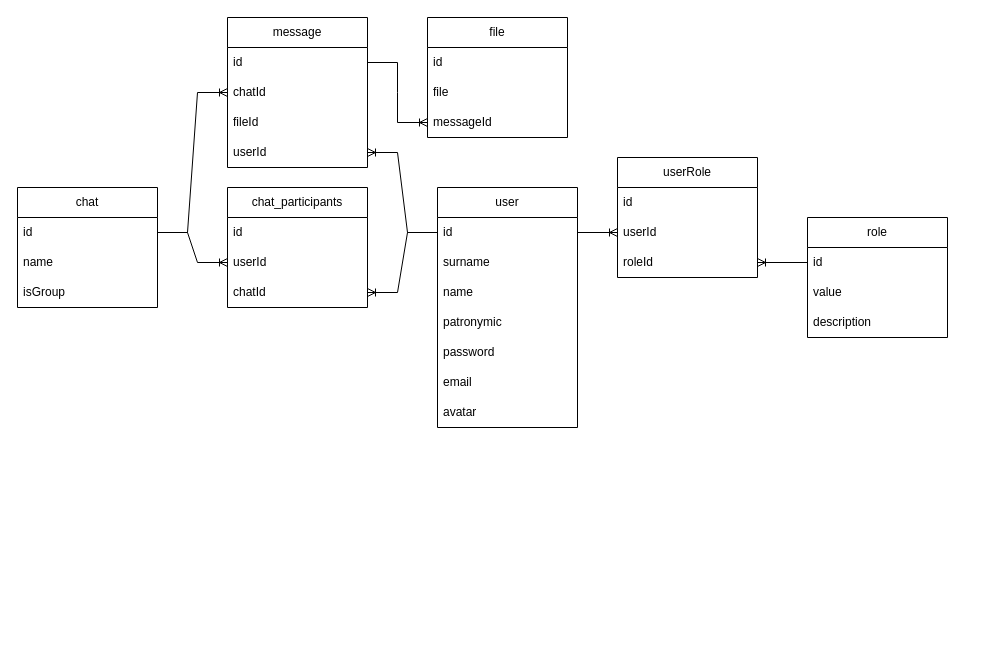
The draw.io diagram social-club.drawio in Kiper02/social-club__nest--angular-swagger, before the edit. Source tidied: cells renumbered, new cells numbered last; positions are measured from the earlier drawing's top-left corner, leaving out a move shared by most shapes. Both pictures are drawn from the tidied source at 100%, with x=0, y=0 at pixel (17, 17).
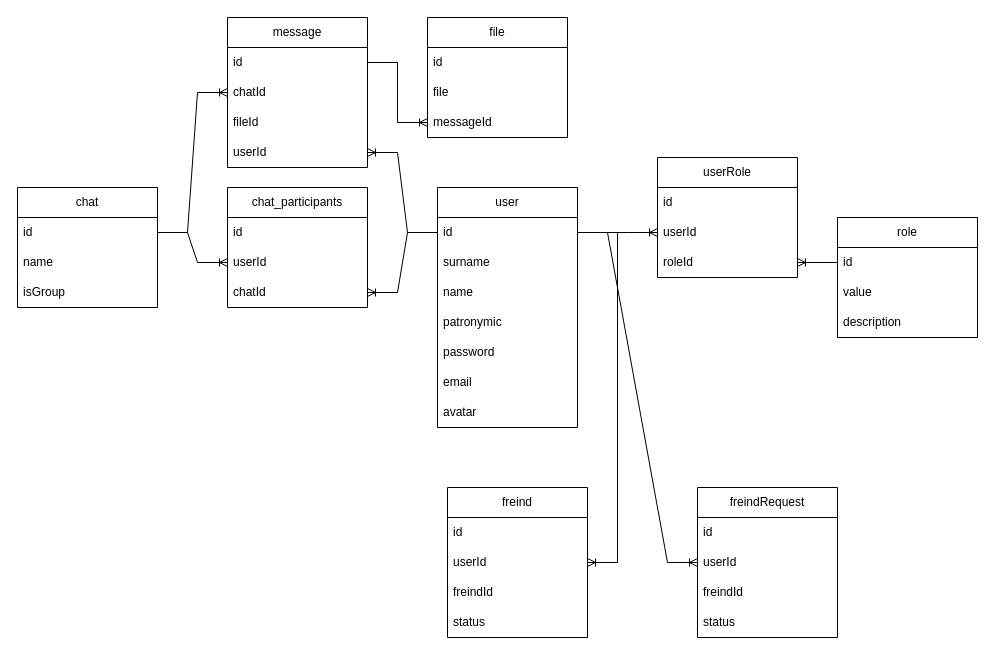
After the change.

Unchanged cells that the change refers to:
```xml
<mxCell id="3" value="id" style="text;strokeColor=none;fillColor=none;align=left;verticalAlign=middle;spacingLeft=4;spacingRight=4;overflow=hidden;points=[[0,0.5],[1,0.5]];portConstraint=eastwest;whiteSpace=wrap;html=1;" parent="2" vertex="1">
  <mxGeometry y="30" width="140" height="30" as="geometry" />
</mxCell>
```

The edit, as a diff of the source:
```diff
@@
     <mxCell id="10" value="role" style="swimlane;fontStyle=0;horizontal=1;startSize=30;whiteSpace=wrap;html=1;" parent="1" vertex="1">
-      <mxGeometry x="790" y="200" width="140" height="120" as="geometry" />
+      <mxGeometry x="820" y="200" width="140" height="120" as="geometry" />
     </mxCell>
@@
     <mxCell id="14" value="userRole" style="swimlane;fontStyle=0;horizontal=1;startSize=30;whiteSpace=wrap;html=1;" parent="1" vertex="1">
-      <mxGeometry x="600" y="140" width="140" height="120" as="geometry" />
+      <mxGeometry x="640" y="140" width="140" height="120" as="geometry" />
     </mxCell>
@@
+    <mxCell id="42" value="freind" style="swimlane;fontStyle=0;horizontal=1;startSize=30;whiteSpace=wrap;html=1;" parent="1" vertex="1">
+      <mxGeometry x="430" y="470" width="140" height="150" as="geometry" />
+    </mxCell>
+    <mxCell id="43" value="id" style="text;strokeColor=none;fillColor=none;align=left;verticalAlign=middle;spacingLeft=4;spacingRight=4;overflow=hidden;whiteSpace=wrap;html=1;" parent="42" vertex="1">
+      <mxGeometry y="30" width="140" height="30" as="geometry" />
+    </mxCell>
+    <mxCell id="44" value="userId" style="text;strokeColor=none;fillColor=none;align=left;verticalAlign=middle;spacingLeft=4;spacingRight=4;overflow=hidden;points=[[0,0.5],[1,0.5]];portConstraint=eastwest;whiteSpace=wrap;html=1;" parent="42" vertex="1">
+      <mxGeometry y="60" width="140" height="30" as="geometry" />
+    </mxCell>
+    <mxCell id="45" value="freindId" style="text;strokeColor=none;fillColor=none;align=left;verticalAlign=middle;spacingLeft=4;spacingRight=4;overflow=hidden;whiteSpace=wrap;html=1;" parent="42" vertex="1">
+      <mxGeometry y="90" width="140" height="30" as="geometry" />
+    </mxCell>
+    <mxCell id="46" value="status" style="text;strokeColor=none;fillColor=none;align=left;verticalAlign=middle;spacingLeft=4;spacingRight=4;overflow=hidden;whiteSpace=wrap;html=1;" parent="42" vertex="1">
+      <mxGeometry y="120" width="140" height="30" as="geometry" />
+    </mxCell>
+    <mxCell id="47" value="freindRequest" style="swimlane;fontStyle=0;horizontal=1;startSize=30;whiteSpace=wrap;html=1;" parent="1" vertex="1">
+      <mxGeometry x="680" y="470" width="140" height="150" as="geometry" />
+    </mxCell>
+    <mxCell id="48" value="id" style="text;strokeColor=none;fillColor=none;align=left;verticalAlign=middle;spacingLeft=4;spacingRight=4;overflow=hidden;whiteSpace=wrap;html=1;" parent="47" vertex="1">
+      <mxGeometry y="30" width="140" height="30" as="geometry" />
+    </mxCell>
+    <mxCell id="49" value="userId" style="text;strokeColor=none;fillColor=none;align=left;verticalAlign=middle;spacingLeft=4;spacingRight=4;overflow=hidden;points=[[0,0.5],[1,0.5]];portConstraint=eastwest;whiteSpace=wrap;html=1;" parent="47" vertex="1">
+      <mxGeometry y="60" width="140" height="30" as="geometry" />
+    </mxCell>
+    <mxCell id="50" value="freindId" style="text;strokeColor=none;fillColor=none;align=left;verticalAlign=middle;spacingLeft=4;spacingRight=4;overflow=hidden;whiteSpace=wrap;html=1;" parent="47" vertex="1">
+      <mxGeometry y="90" width="140" height="30" as="geometry" />
+    </mxCell>
+    <mxCell id="51" value="status" style="text;strokeColor=none;fillColor=none;align=left;verticalAlign=middle;spacingLeft=4;spacingRight=4;overflow=hidden;whiteSpace=wrap;html=1;" parent="47" vertex="1">
+      <mxGeometry y="120" width="140" height="30" as="geometry" />
+    </mxCell>
+    <mxCell id="52" style="edgeStyle=entityRelationEdgeStyle;fontSize=12;html=1;endArrow=ERoneToMany;rounded=0;" parent="1" edge="1" source="3" target="44">
+      <mxGeometry relative="1" as="geometry" />
+    </mxCell>
+    <mxCell id="53" style="edgeStyle=entityRelationEdgeStyle;fontSize=12;html=1;endArrow=ERoneToMany;rounded=0;entryX=0;entryY=0.5;entryDx=0;entryDy=0;" parent="1" edge="1" source="3" target="49">
+      <mxGeometry relative="1" as="geometry" />
+    </mxCell>
```
